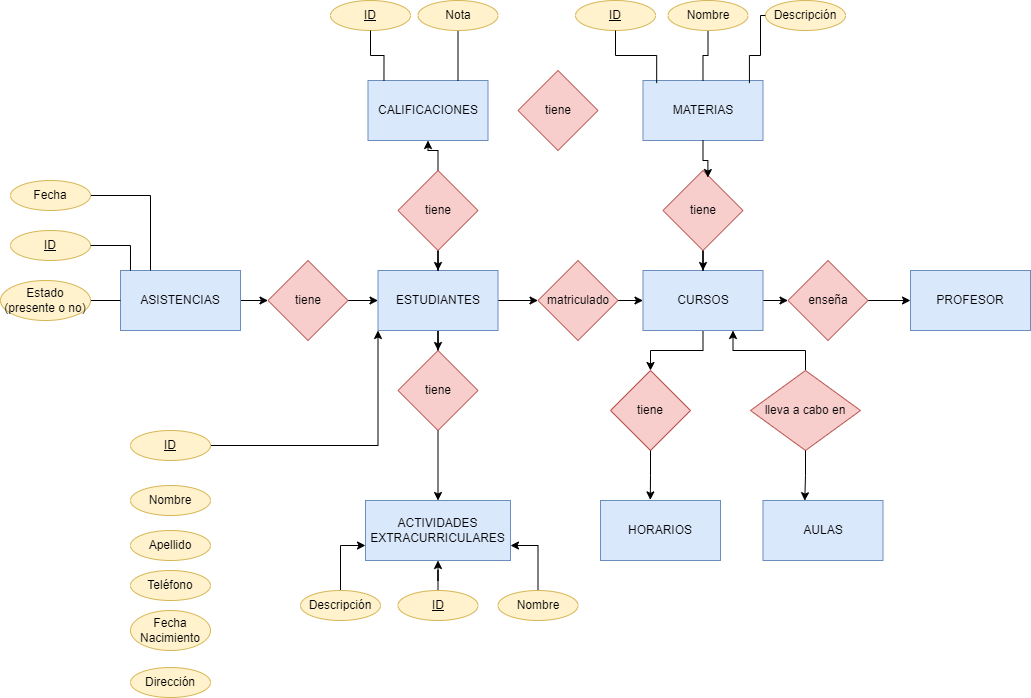
This is Unidad-1/Tareas/Tarea 1/evlupng.drawio.png from YoooKai/Base-de-Datos, a draw.io export, as it was before one commit. Source tidied: cells renumbered, new cells last; positions are measured from the earlier drawing's top-left corner, leaving out a move shared by most shapes.
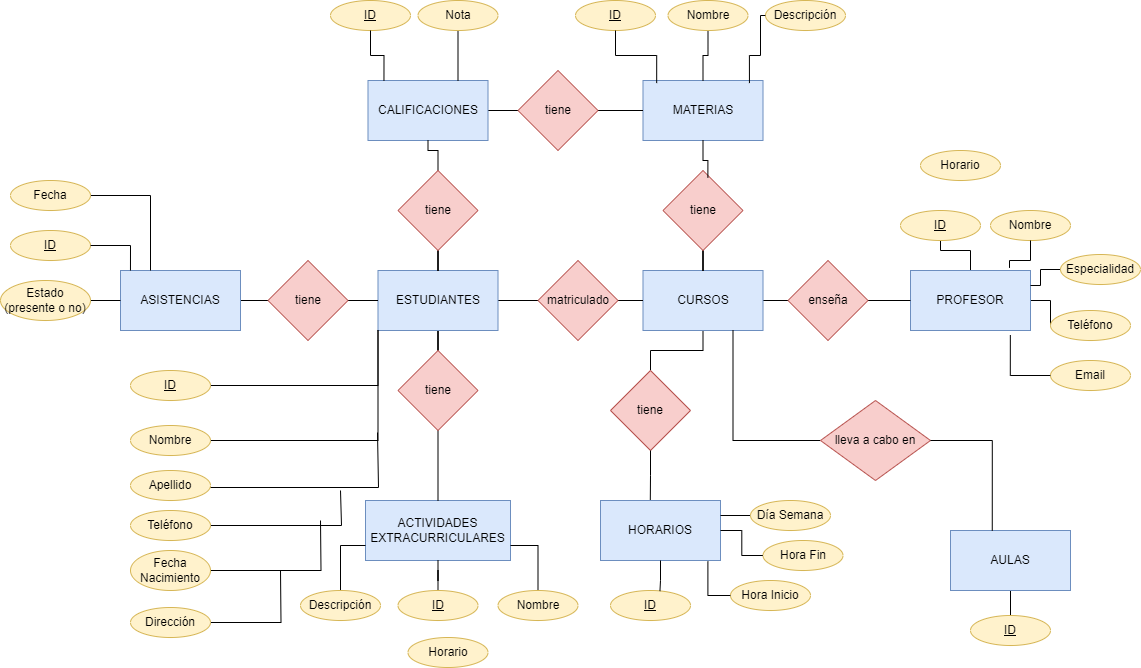
Later version of the same file.

What changed in the source:
```diff
@@ -4,6 +4,6 @@
     <mxCell id="1" parent="0" />
-    <mxCell id="2" style="edgeStyle=orthogonalEdgeStyle;rounded=0;jettySize=auto;html=1;" parent="1" edge="1" source="4" target="20">
+    <mxCell id="2" style="edgeStyle=orthogonalEdgeStyle;rounded=0;jettySize=auto;html=1;endArrow=none;endFill=0;" parent="1" edge="1" source="4" target="20">
       <mxGeometry relative="1" as="geometry" />
     </mxCell>
-    <mxCell id="3" style="edgeStyle=orthogonalEdgeStyle;rounded=0;jettySize=auto;html=1;entryX=0;entryY=0.5;entryDx=0;entryDy=0;" parent="1" edge="1" source="4" target="28">
+    <mxCell id="3" style="edgeStyle=orthogonalEdgeStyle;rounded=0;jettySize=auto;html=1;entryX=0;entryY=0.5;entryDx=0;entryDy=0;endArrow=none;endFill=0;" parent="1" edge="1" source="4" target="28">
       <mxGeometry relative="1" as="geometry" />
@@ -13,6 +13,6 @@
     </mxCell>
-    <mxCell id="5" style="edgeStyle=orthogonalEdgeStyle;rounded=0;jettySize=auto;html=1;" parent="1" edge="1" source="7" target="26">
+    <mxCell id="5" style="edgeStyle=orthogonalEdgeStyle;rounded=0;jettySize=auto;html=1;endArrow=none;endFill=0;" parent="1" edge="1" source="7" target="26">
       <mxGeometry relative="1" as="geometry" />
     </mxCell>
-    <mxCell id="6" style="edgeStyle=orthogonalEdgeStyle;rounded=0;jettySize=auto;html=1;" parent="1" edge="1" source="7" target="30">
+    <mxCell id="6" style="edgeStyle=orthogonalEdgeStyle;rounded=0;jettySize=auto;html=1;endArrow=none;endFill=0;" parent="1" edge="1" source="7" target="30">
       <mxGeometry relative="1" as="geometry" />
@@ -22,2 +22,8 @@
     </mxCell>
+    <mxCell id="65" style="edgeStyle=orthogonalEdgeStyle;rounded=0;jettySize=auto;html=1;entryX=0.5;entryY=1;entryDx=0;entryDy=0;endArrow=none;endFill=0;" parent="1" edge="1" source="8" target="75">
+      <mxGeometry relative="1" as="geometry" />
+    </mxCell>
+    <mxCell id="66" style="edgeStyle=orthogonalEdgeStyle;rounded=0;jettySize=auto;html=1;endArrow=none;endFill=0;" parent="1" edge="1" source="8" target="81">
+      <mxGeometry relative="1" as="geometry" />
+    </mxCell>
     <mxCell id="8" value="PROFESOR" style="rounded=0;whiteSpace=wrap;html=1;fillColor=#dae8fc;strokeColor=#6c8ebf;" parent="1" vertex="1">
@@ -28,4 +34,7 @@
     </mxCell>
+    <mxCell id="67" style="edgeStyle=orthogonalEdgeStyle;rounded=0;jettySize=auto;html=1;entryX=0.5;entryY=0;entryDx=0;entryDy=0;endArrow=none;endFill=0;" parent="1" edge="1" source="10" target="89">
+      <mxGeometry relative="1" as="geometry" />
+    </mxCell>
     <mxCell id="10" value="AULAS" style="rounded=0;whiteSpace=wrap;html=1;fillColor=#dae8fc;strokeColor=#6c8ebf;" parent="1" vertex="1">
-      <mxGeometry x="762.5" y="500" width="120" height="60" as="geometry" />
+      <mxGeometry x="950" y="530" width="120" height="60" as="geometry" />
     </mxCell>
@@ -34,2 +43,5 @@
     </mxCell>
+    <mxCell id="68" style="edgeStyle=orthogonalEdgeStyle;rounded=0;jettySize=auto;html=1;entryX=0;entryY=0.5;entryDx=0;entryDy=0;endArrow=none;endFill=0;" parent="1" edge="1" source="12" target="24">
+      <mxGeometry relative="1" as="geometry" />
+    </mxCell>
     <mxCell id="12" value="CALIFICACIONES" style="rounded=0;whiteSpace=wrap;html=1;fillColor=#dae8fc;strokeColor=#6c8ebf;" parent="1" vertex="1">
@@ -37,3 +49,3 @@
     </mxCell>
-    <mxCell id="13" style="edgeStyle=orthogonalEdgeStyle;rounded=0;jettySize=auto;html=1;entryX=0;entryY=0.5;entryDx=0;entryDy=0;" parent="1" edge="1" source="14" target="19">
+    <mxCell id="13" style="edgeStyle=orthogonalEdgeStyle;rounded=0;jettySize=auto;html=1;entryX=0;entryY=0.5;entryDx=0;entryDy=0;endArrow=none;endFill=0;" parent="1" edge="1" source="14" target="19">
       <mxGeometry relative="1" as="geometry" />
@@ -46,3 +58,3 @@
     </mxCell>
-    <mxCell id="16" style="edgeStyle=orthogonalEdgeStyle;rounded=0;jettySize=auto;html=1;entryX=0.5;entryY=0;entryDx=0;entryDy=0;" parent="1" edge="1" source="17" target="4">
+    <mxCell id="16" style="edgeStyle=orthogonalEdgeStyle;rounded=0;jettySize=auto;html=1;entryX=0.5;entryY=0;entryDx=0;entryDy=0;endArrow=none;endFill=0;" parent="1" edge="1" source="17" target="4">
       <mxGeometry relative="1" as="geometry" />
@@ -52,3 +64,3 @@
     </mxCell>
-    <mxCell id="18" style="edgeStyle=orthogonalEdgeStyle;rounded=0;jettySize=auto;html=1;" parent="1" edge="1" source="19" target="7">
+    <mxCell id="18" style="edgeStyle=orthogonalEdgeStyle;rounded=0;jettySize=auto;html=1;endArrow=none;endFill=0;" parent="1" edge="1" source="19" target="7">
       <mxGeometry relative="1" as="geometry" />
@@ -61,6 +73,6 @@
     </mxCell>
-    <mxCell id="21" style="edgeStyle=orthogonalEdgeStyle;rounded=0;jettySize=auto;html=1;" parent="1" edge="1" source="23" target="12">
+    <mxCell id="21" style="edgeStyle=orthogonalEdgeStyle;rounded=0;jettySize=auto;html=1;endArrow=none;endFill=0;" parent="1" edge="1" source="23" target="12">
       <mxGeometry relative="1" as="geometry" />
     </mxCell>
-    <mxCell id="22" style="edgeStyle=orthogonalEdgeStyle;rounded=0;jettySize=auto;html=1;entryX=0.5;entryY=0;entryDx=0;entryDy=0;" parent="1" edge="1" source="23" target="7">
+    <mxCell id="22" style="edgeStyle=orthogonalEdgeStyle;rounded=0;jettySize=auto;html=1;entryX=0.5;entryY=0;entryDx=0;entryDy=0;endArrow=none;endFill=0;" parent="1" edge="1" source="23" target="7">
       <mxGeometry relative="1" as="geometry" />
@@ -70,2 +82,5 @@
     </mxCell>
+    <mxCell id="69" style="edgeStyle=orthogonalEdgeStyle;rounded=0;jettySize=auto;html=1;endArrow=none;endFill=0;" parent="1" edge="1" source="24" target="9">
+      <mxGeometry relative="1" as="geometry" />
+    </mxCell>
     <mxCell id="24" value="tiene" style="rhombus;whiteSpace=wrap;html=1;fillColor=#f8cecc;strokeColor=#b85450;" parent="1" vertex="1">
@@ -73,3 +88,3 @@
     </mxCell>
-    <mxCell id="25" style="edgeStyle=orthogonalEdgeStyle;rounded=0;jettySize=auto;html=1;" parent="1" edge="1" source="26" target="15">
+    <mxCell id="25" style="edgeStyle=orthogonalEdgeStyle;rounded=0;jettySize=auto;html=1;endArrow=none;endFill=0;" parent="1" edge="1" source="26" target="15">
       <mxGeometry relative="1" as="geometry" />
@@ -79,3 +94,3 @@
     </mxCell>
-    <mxCell id="27" style="edgeStyle=orthogonalEdgeStyle;rounded=0;jettySize=auto;html=1;" parent="1" edge="1" source="28" target="8">
+    <mxCell id="27" style="edgeStyle=orthogonalEdgeStyle;rounded=0;jettySize=auto;html=1;endArrow=none;endFill=0;" parent="1" edge="1" source="28" target="8">
       <mxGeometry relative="1" as="geometry" />
@@ -85,3 +100,3 @@
     </mxCell>
-    <mxCell id="29" style="edgeStyle=orthogonalEdgeStyle;rounded=0;jettySize=auto;html=1;" parent="1" edge="1" source="30" target="4">
+    <mxCell id="29" style="edgeStyle=orthogonalEdgeStyle;rounded=0;jettySize=auto;html=1;endArrow=none;endFill=0;" parent="1" edge="1" source="30" target="4">
       <mxGeometry relative="1" as="geometry" />
@@ -91,3 +106,3 @@
     </mxCell>
-    <mxCell id="31" style="edgeStyle=orthogonalEdgeStyle;rounded=0;jettySize=auto;html=1;entryX=0.75;entryY=1;entryDx=0;entryDy=0;" parent="1" edge="1" source="32" target="4">
+    <mxCell id="31" style="edgeStyle=orthogonalEdgeStyle;rounded=0;jettySize=auto;html=1;entryX=0.75;entryY=1;entryDx=0;entryDy=0;endArrow=none;endFill=0;" parent="1" edge="1" source="32" target="4">
       <mxGeometry relative="1" as="geometry" />
@@ -95,5 +110,5 @@
     <mxCell id="32" value="lleva a cabo en" style="rhombus;whiteSpace=wrap;html=1;fillColor=#f8cecc;strokeColor=#b85450;" parent="1" vertex="1">
-      <mxGeometry x="750" y="370" width="110" height="80" as="geometry" />
+      <mxGeometry x="820" y="400" width="110" height="80" as="geometry" />
     </mxCell>
-    <mxCell id="33" style="edgeStyle=orthogonalEdgeStyle;rounded=0;jettySize=auto;html=1;entryX=0;entryY=1;entryDx=0;entryDy=0;" parent="1" edge="1" source="34" target="7">
+    <mxCell id="33" style="edgeStyle=orthogonalEdgeStyle;rounded=0;jettySize=auto;html=1;entryX=0;entryY=1;entryDx=0;entryDy=0;endArrow=none;endFill=0;" parent="1" edge="1" source="34" target="7">
       <mxGeometry relative="1" as="geometry" />
@@ -101,18 +116,48 @@
     <mxCell id="34" value="ID" style="ellipse;whiteSpace=wrap;html=1;align=center;fontStyle=4;fillColor=#fff2cc;strokeColor=#d6b656;" parent="1" vertex="1">
-      <mxGeometry x="130" y="430" width="80" height="30" as="geometry" />
+      <mxGeometry x="130" y="370" width="80" height="30" as="geometry" />
     </mxCell>
+    <mxCell id="70" style="edgeStyle=orthogonalEdgeStyle;rounded=0;jettySize=auto;html=1;entryX=0;entryY=1;entryDx=0;entryDy=0;endArrow=none;endFill=0;" parent="1" edge="1" source="35" target="7">
+      <mxGeometry relative="1" as="geometry" />
+    </mxCell>
     <mxCell id="35" value="Nombre" style="ellipse;whiteSpace=wrap;html=1;align=center;fillColor=#fff2cc;strokeColor=#d6b656;" parent="1" vertex="1">
-      <mxGeometry x="130" y="485" width="80" height="30" as="geometry" />
+      <mxGeometry x="130" y="425" width="80" height="30" as="geometry" />
     </mxCell>
+    <mxCell id="71" style="edgeStyle=orthogonalEdgeStyle;rounded=0;orthogonalLoop=1;jettySize=auto;html=1;endArrow=none;endFill=0;" parent="1" edge="1">
+      <mxGeometry relative="1" as="geometry">
+        <mxPoint x="207" y="487" as="sourcePoint" />
+        <mxPoint x="377" y="432" as="targetPoint" />
+        <Array as="points">
+          <mxPoint x="378" y="487" />
+        </Array>
+      </mxGeometry>
+    </mxCell>
     <mxCell id="36" value="Apellido" style="ellipse;whiteSpace=wrap;html=1;align=center;fillColor=#fff2cc;strokeColor=#d6b656;" parent="1" vertex="1">
-      <mxGeometry x="130" y="530" width="80" height="30" as="geometry" />
+      <mxGeometry x="130" y="470" width="80" height="30" as="geometry" />
     </mxCell>
+    <mxCell id="72" style="edgeStyle=orthogonalEdgeStyle;rounded=0;jettySize=auto;html=1;endArrow=none;endFill=0;" parent="1" edge="1" source="37">
+      <mxGeometry relative="1" as="geometry">
+        <mxPoint x="320" y="520" as="targetPoint" />
+      </mxGeometry>
+    </mxCell>
     <mxCell id="37" value="Fecha Nacimiento" style="ellipse;whiteSpace=wrap;html=1;align=center;fillColor=#fff2cc;strokeColor=#d6b656;" parent="1" vertex="1">
-      <mxGeometry x="130" y="610" width="80" height="40" as="geometry" />
+      <mxGeometry x="130" y="550" width="80" height="40" as="geometry" />
     </mxCell>
+    <mxCell id="73" style="edgeStyle=orthogonalEdgeStyle;rounded=0;jettySize=auto;html=1;endArrow=none;endFill=0;" parent="1" edge="1" source="38">
+      <mxGeometry relative="1" as="geometry">
+        <mxPoint x="280" y="570" as="targetPoint" />
+      </mxGeometry>
+    </mxCell>
     <mxCell id="38" value="Dirección" style="ellipse;whiteSpace=wrap;html=1;align=center;fillColor=#fff2cc;strokeColor=#d6b656;" parent="1" vertex="1">
-      <mxGeometry x="130" y="667" width="80" height="30" as="geometry" />
+      <mxGeometry x="130" y="607" width="80" height="30" as="geometry" />
     </mxCell>
+    <mxCell id="74" style="edgeStyle=orthogonalEdgeStyle;rounded=0;jettySize=auto;html=1;endArrow=none;endFill=0;" parent="1" edge="1" source="39">
+      <mxGeometry relative="1" as="geometry">
+        <mxPoint x="340" y="490" as="targetPoint" />
+        <Array as="points">
+          <mxPoint x="341" y="525" />
+        </Array>
+      </mxGeometry>
+    </mxCell>
     <mxCell id="39" value="Teléfono" style="ellipse;whiteSpace=wrap;html=1;align=center;fillColor=#fff2cc;strokeColor=#d6b656;" parent="1" vertex="1">
-      <mxGeometry x="130" y="570" width="80" height="30" as="geometry" />
+      <mxGeometry x="130" y="510" width="80" height="30" as="geometry" />
     </mxCell>
@@ -172,3 +217,3 @@
     </mxCell>
-    <mxCell id="56" style="edgeStyle=orthogonalEdgeStyle;rounded=0;jettySize=auto;html=1;" parent="1" edge="1" source="57" target="15">
+    <mxCell id="56" style="edgeStyle=orthogonalEdgeStyle;rounded=0;jettySize=auto;html=1;endArrow=none;endFill=0;" parent="1" edge="1" source="57" target="15">
       <mxGeometry relative="1" as="geometry" />
@@ -178,3 +223,3 @@
     </mxCell>
-    <mxCell id="58" style="edgeStyle=orthogonalEdgeStyle;rounded=0;jettySize=auto;html=1;entryX=1;entryY=0.75;entryDx=0;entryDy=0;" parent="1" edge="1" source="59" target="15">
+    <mxCell id="58" style="edgeStyle=orthogonalEdgeStyle;rounded=0;jettySize=auto;html=1;entryX=1;entryY=0.75;entryDx=0;entryDy=0;endArrow=none;endFill=0;" parent="1" edge="1" source="59" target="15">
       <mxGeometry relative="1" as="geometry" />
@@ -184,3 +229,3 @@
     </mxCell>
-    <mxCell id="60" style="edgeStyle=orthogonalEdgeStyle;rounded=0;jettySize=auto;html=1;entryX=0;entryY=0.75;entryDx=0;entryDy=0;" parent="1" edge="1" source="61" target="15">
+    <mxCell id="60" style="edgeStyle=orthogonalEdgeStyle;rounded=0;jettySize=auto;html=1;entryX=0;entryY=0.75;entryDx=0;entryDy=0;endArrow=none;endFill=0;" parent="1" edge="1" source="61" target="15">
       <mxGeometry relative="1" as="geometry" />
@@ -190,11 +235,68 @@
     </mxCell>
-    <mxCell id="62" style="edgeStyle=orthogonalEdgeStyle;rounded=0;jettySize=auto;html=1;entryX=0.415;entryY=-0.01;entryDx=0;entryDy=0;entryPerimeter=0;" parent="1" edge="1" source="20" target="11">
+    <mxCell id="62" style="edgeStyle=orthogonalEdgeStyle;rounded=0;jettySize=auto;html=1;entryX=0.415;entryY=-0.01;entryDx=0;entryDy=0;entryPerimeter=0;endArrow=none;endFill=0;" parent="1" edge="1" source="20" target="11">
       <mxGeometry relative="1" as="geometry" />
     </mxCell>
-    <mxCell id="63" style="edgeStyle=orthogonalEdgeStyle;rounded=0;jettySize=auto;html=1;entryX=0.561;entryY=0.088;entryDx=0;entryDy=0;entryPerimeter=0;" parent="1" edge="1" source="9" target="17">
+    <mxCell id="63" style="edgeStyle=orthogonalEdgeStyle;rounded=0;jettySize=auto;html=1;entryX=0.561;entryY=0.088;entryDx=0;entryDy=0;entryPerimeter=0;endArrow=none;endFill=0;" parent="1" edge="1" source="9" target="17">
       <mxGeometry relative="1" as="geometry" />
     </mxCell>
-    <mxCell id="64" style="edgeStyle=orthogonalEdgeStyle;rounded=0;jettySize=auto;html=1;entryX=0.348;entryY=0.003;entryDx=0;entryDy=0;entryPerimeter=0;" parent="1" edge="1" source="32" target="10">
+    <mxCell id="64" style="edgeStyle=orthogonalEdgeStyle;rounded=0;jettySize=auto;html=1;entryX=0.348;entryY=0.003;entryDx=0;entryDy=0;entryPerimeter=0;endArrow=none;endFill=0;" parent="1" edge="1" source="32" target="10">
       <mxGeometry relative="1" as="geometry" />
     </mxCell>
+    <mxCell id="75" value="ID" style="ellipse;whiteSpace=wrap;html=1;align=center;fontStyle=4;fillColor=#fff2cc;strokeColor=#d6b656;" parent="1" vertex="1">
+      <mxGeometry x="900" y="210" width="80" height="30" as="geometry" />
+    </mxCell>
+    <mxCell id="76" value="Nombre" style="ellipse;whiteSpace=wrap;html=1;align=center;fillColor=#fff2cc;strokeColor=#d6b656;" parent="1" vertex="1">
+      <mxGeometry x="990" y="210" width="80" height="30" as="geometry" />
+    </mxCell>
+    <mxCell id="77" value="Horario" style="ellipse;whiteSpace=wrap;html=1;align=center;fillColor=#fff2cc;strokeColor=#d6b656;" parent="1" vertex="1">
+      <mxGeometry x="407.5" y="637" width="80" height="30" as="geometry" />
+    </mxCell>
+    <mxCell id="78" value="Horario" style="ellipse;whiteSpace=wrap;html=1;align=center;fillColor=#fff2cc;strokeColor=#d6b656;" parent="1" vertex="1">
+      <mxGeometry x="920" y="150" width="80" height="30" as="geometry" />
+    </mxCell>
+    <mxCell id="79" style="edgeStyle=orthogonalEdgeStyle;rounded=0;jettySize=auto;html=1;entryX=1;entryY=0.25;entryDx=0;entryDy=0;endArrow=none;endFill=0;" parent="1" edge="1" source="80" target="8">
+      <mxGeometry relative="1" as="geometry" />
+    </mxCell>
+    <mxCell id="80" value="Especialidad" style="ellipse;whiteSpace=wrap;html=1;align=center;fillColor=#fff2cc;strokeColor=#d6b656;" parent="1" vertex="1">
+      <mxGeometry x="1060" y="254" width="80" height="30" as="geometry" />
+    </mxCell>
+    <mxCell id="81" value="Teléfono" style="ellipse;whiteSpace=wrap;html=1;align=center;fillColor=#fff2cc;strokeColor=#d6b656;" parent="1" vertex="1">
+      <mxGeometry x="1050" y="310" width="80" height="30" as="geometry" />
+    </mxCell>
+    <mxCell id="82" value="Email" style="ellipse;whiteSpace=wrap;html=1;align=center;fillColor=#fff2cc;strokeColor=#d6b656;" parent="1" vertex="1">
+      <mxGeometry x="1050" y="360" width="80" height="30" as="geometry" />
+    </mxCell>
+    <mxCell id="83" value="ID" style="ellipse;whiteSpace=wrap;html=1;align=center;fontStyle=4;fillColor=#fff2cc;strokeColor=#d6b656;" parent="1" vertex="1">
+      <mxGeometry x="610" y="590" width="80" height="30" as="geometry" />
+    </mxCell>
+    <mxCell id="84" style="edgeStyle=orthogonalEdgeStyle;rounded=0;jettySize=auto;html=1;entryX=1;entryY=0.25;entryDx=0;entryDy=0;endArrow=none;endFill=0;" parent="1" edge="1" source="85" target="11">
+      <mxGeometry relative="1" as="geometry" />
+    </mxCell>
+    <mxCell id="85" value="Día Semana" style="ellipse;whiteSpace=wrap;html=1;align=center;fillColor=#fff2cc;strokeColor=#d6b656;" parent="1" vertex="1">
+      <mxGeometry x="750" y="500" width="80" height="30" as="geometry" />
+    </mxCell>
+    <mxCell id="86" value="Hora Inicio" style="ellipse;whiteSpace=wrap;html=1;align=center;fillColor=#fff2cc;strokeColor=#d6b656;" parent="1" vertex="1">
+      <mxGeometry x="730" y="580" width="80" height="30" as="geometry" />
+    </mxCell>
+    <mxCell id="87" style="edgeStyle=orthogonalEdgeStyle;rounded=0;jettySize=auto;html=1;endArrow=none;endFill=0;" parent="1" edge="1" source="88" target="11">
+      <mxGeometry relative="1" as="geometry" />
+    </mxCell>
+    <mxCell id="88" value="Hora Fin" style="ellipse;whiteSpace=wrap;html=1;align=center;fillColor=#fff2cc;strokeColor=#d6b656;" parent="1" vertex="1">
+      <mxGeometry x="762.5" y="540" width="80" height="30" as="geometry" />
+    </mxCell>
+    <mxCell id="89" value="ID" style="ellipse;whiteSpace=wrap;html=1;align=center;fontStyle=4;fillColor=#fff2cc;strokeColor=#d6b656;" parent="1" vertex="1">
+      <mxGeometry x="970" y="615" width="80" height="30" as="geometry" />
+    </mxCell>
+    <mxCell id="90" style="edgeStyle=orthogonalEdgeStyle;rounded=0;jettySize=auto;html=1;entryX=0.618;entryY=0.02;entryDx=0;entryDy=0;entryPerimeter=0;endArrow=none;endFill=0;" parent="1" edge="1" source="11" target="83">
+      <mxGeometry relative="1" as="geometry" />
+    </mxCell>
+    <mxCell id="91" style="edgeStyle=orthogonalEdgeStyle;rounded=0;jettySize=auto;html=1;entryX=0.895;entryY=1.017;entryDx=0;entryDy=0;entryPerimeter=0;endArrow=none;endFill=0;" parent="1" edge="1" source="86" target="11">
+      <mxGeometry relative="1" as="geometry" />
+    </mxCell>
+    <mxCell id="92" style="edgeStyle=orthogonalEdgeStyle;rounded=0;jettySize=auto;html=1;entryX=0.825;entryY=-0.043;entryDx=0;entryDy=0;entryPerimeter=0;endArrow=none;endFill=0;" parent="1" edge="1" source="76" target="8">
+      <mxGeometry relative="1" as="geometry" />
+    </mxCell>
+    <mxCell id="93" style="edgeStyle=orthogonalEdgeStyle;rounded=0;jettySize=auto;html=1;entryX=0.832;entryY=1.077;entryDx=0;entryDy=0;entryPerimeter=0;endArrow=none;endFill=0;" parent="1" edge="1" source="82" target="8">
+      <mxGeometry relative="1" as="geometry" />
+    </mxCell>
   </root>
```
